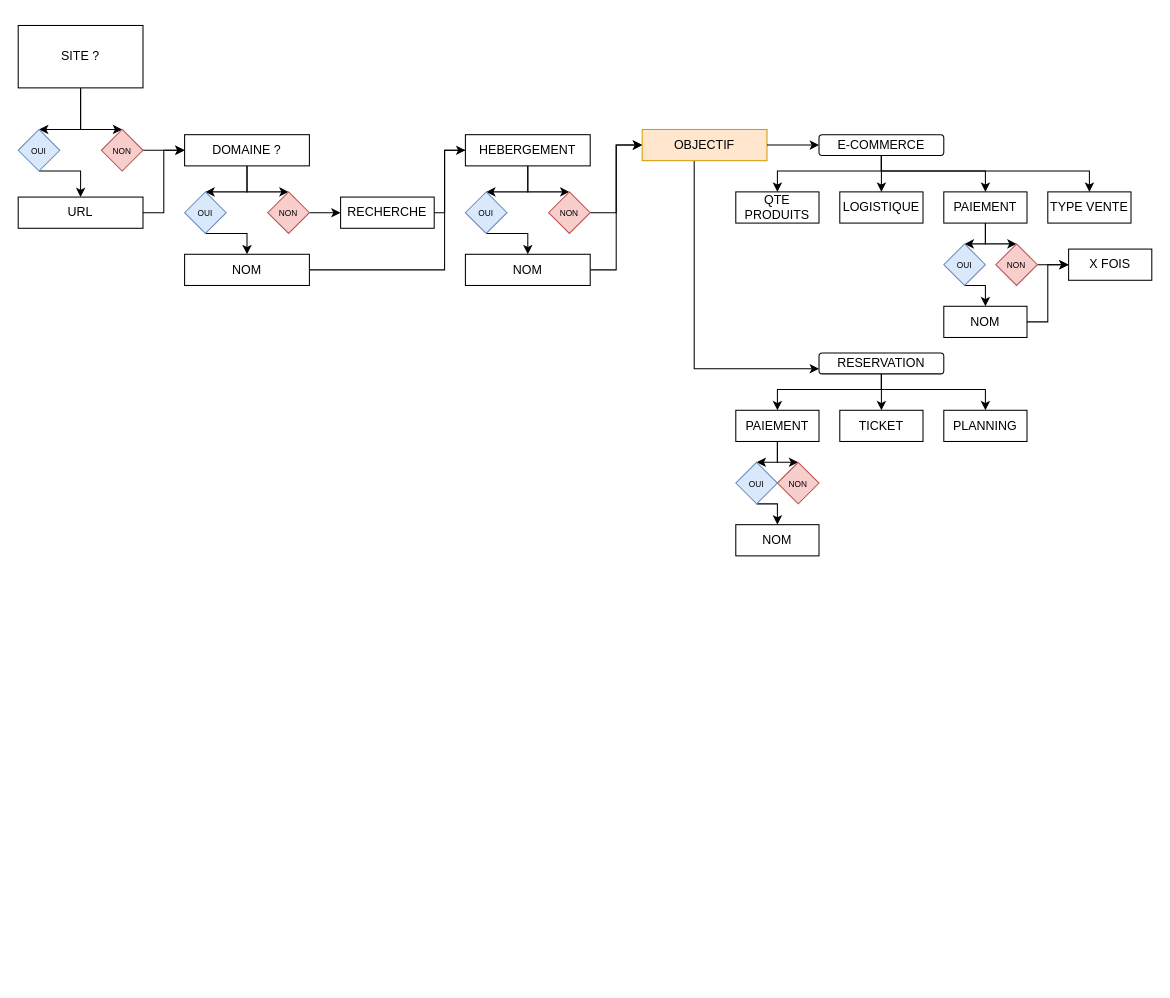
Earlier version of the draw.io diagram Webcharte.drawio (webcharte/webcharte). Source tidied: cells renumbered, new cells numbered last; positions are measured from the earlier drawing's top-left corner, leaving out a move shared by most shapes. Both pictures are drawn from the tidied source at 104%, with x=0, y=0 at pixel (18, 25).
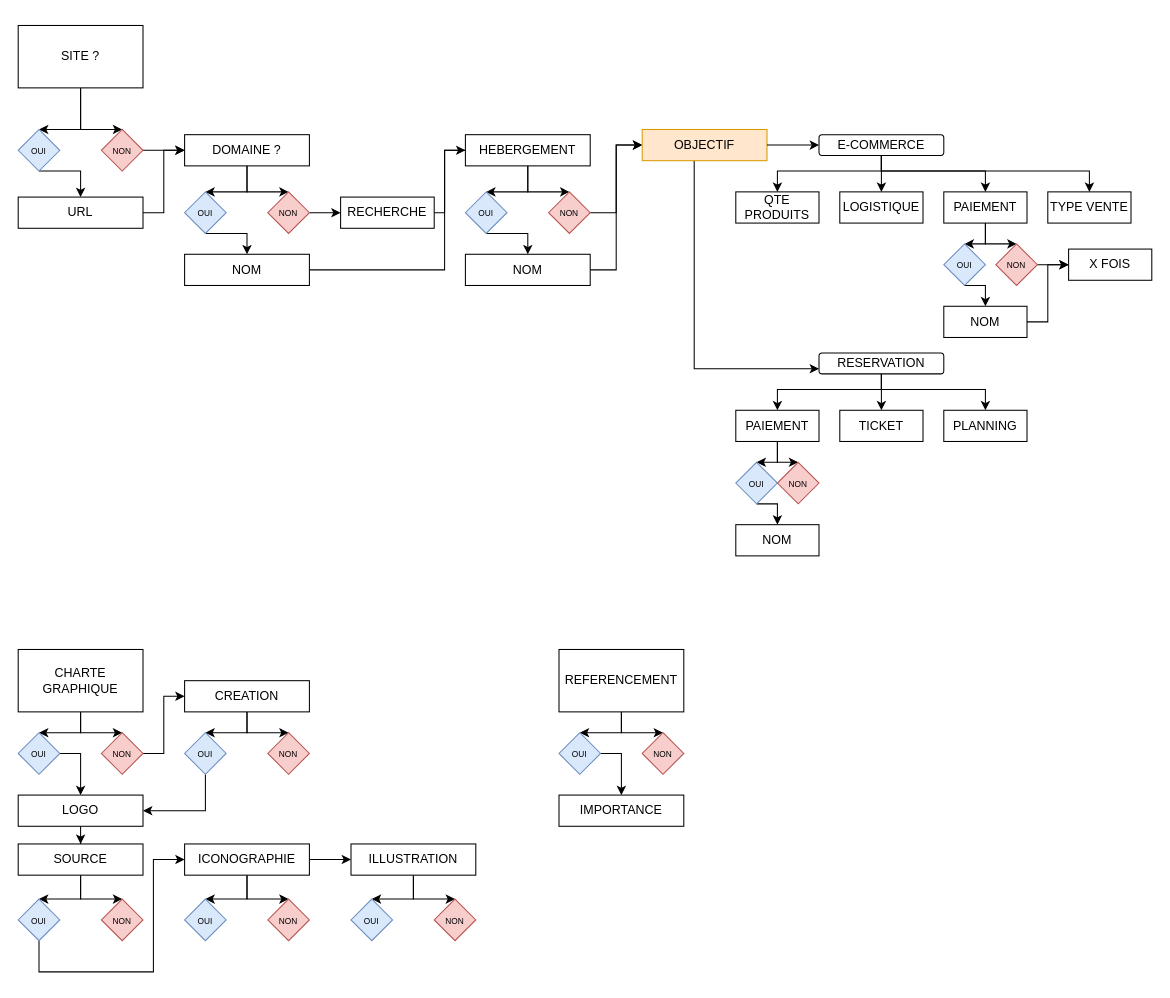
The same diagram, later.

Commit message:
Mettre à jour Webcharte.drawio

Diff of the diagram source:
```diff
@@
+    <mxCell id="65" style="edgeStyle=orthogonalEdgeStyle;rounded=0;jettySize=auto;html=1;" parent="1" edge="1" source="67" target="69">
+      <mxGeometry relative="1" as="geometry" />
+    </mxCell>
+    <mxCell id="66" style="edgeStyle=orthogonalEdgeStyle;rounded=0;jettySize=auto;html=1;" parent="1" edge="1" source="67" target="71">
+      <mxGeometry relative="1" as="geometry" />
+    </mxCell>
+    <mxCell id="67" value="CHARTE GRAPHIQUE" style="rounded=0;whiteSpace=wrap;html=1;direction=west;" parent="1" vertex="1">
+      <mxGeometry y="600" width="120" height="60" as="geometry" />
+    </mxCell>
+    <mxCell id="68" style="edgeStyle=orthogonalEdgeStyle;rounded=0;jettySize=auto;html=1;" parent="1" edge="1" source="69" target="73">
+      <mxGeometry relative="1" as="geometry">
+        <Array as="points">
+          <mxPoint x="60" y="730" />
+          <mxPoint x="60" y="730" />
+        </Array>
+      </mxGeometry>
+    </mxCell>
+    <mxCell id="69" value="&lt;font style=&quot;font-size: 8px&quot;&gt;OUI&lt;/font&gt;" style="rhombus;whiteSpace=wrap;html=1;fillColor=#dae8fc;strokeColor=#6c8ebf;" parent="1" vertex="1">
+      <mxGeometry y="680" width="40" height="40" as="geometry" />
+    </mxCell>
+    <mxCell id="70" style="edgeStyle=orthogonalEdgeStyle;rounded=0;jettySize=auto;html=1;entryX=0;entryY=0.5;entryDx=0;entryDy=0;" parent="1" edge="1" source="71" target="93">
+      <mxGeometry relative="1" as="geometry" />
+    </mxCell>
+    <mxCell id="71" value="&lt;font style=&quot;font-size: 8px&quot;&gt;NON&lt;/font&gt;" style="rhombus;whiteSpace=wrap;html=1;fillColor=#f8cecc;strokeColor=#b85450;" parent="1" vertex="1">
+      <mxGeometry x="80" y="680" width="40" height="40" as="geometry" />
+    </mxCell>
+    <mxCell id="72" style="edgeStyle=orthogonalEdgeStyle;rounded=0;jettySize=auto;html=1;entryX=0.5;entryY=0;entryDx=0;entryDy=0;" parent="1" edge="1" source="73" target="76">
+      <mxGeometry relative="1" as="geometry" />
+    </mxCell>
+    <mxCell id="73" value="LOGO" style="rounded=0;whiteSpace=wrap;html=1;" parent="1" vertex="1">
+      <mxGeometry y="740" width="120" height="30" as="geometry" />
+    </mxCell>
+    <mxCell id="74" style="edgeStyle=orthogonalEdgeStyle;rounded=0;jettySize=auto;html=1;entryX=0.5;entryY=0;entryDx=0;entryDy=0;" parent="1" edge="1" source="76" target="78">
+      <mxGeometry relative="1" as="geometry">
+        <Array as="points">
+          <mxPoint x="60" y="840" />
+        </Array>
+      </mxGeometry>
+    </mxCell>
+    <mxCell id="75" style="edgeStyle=orthogonalEdgeStyle;rounded=0;jettySize=auto;html=1;entryX=0.5;entryY=0;entryDx=0;entryDy=0;" parent="1" edge="1" source="76" target="79">
+      <mxGeometry relative="1" as="geometry">
+        <Array as="points">
+          <mxPoint x="60" y="840" />
+        </Array>
+      </mxGeometry>
+    </mxCell>
+    <mxCell id="76" value="SOURCE" style="rounded=0;whiteSpace=wrap;html=1;" parent="1" vertex="1">
+      <mxGeometry y="787" width="120" height="30" as="geometry" />
+    </mxCell>
+    <mxCell id="77" style="edgeStyle=orthogonalEdgeStyle;rounded=0;jettySize=auto;html=1;entryX=0;entryY=0.5;entryDx=0;entryDy=0;" parent="1" edge="1" source="78" target="83">
+      <mxGeometry relative="1" as="geometry">
+        <Array as="points">
+          <mxPoint x="20" y="910" />
+          <mxPoint x="130" y="910" />
+          <mxPoint x="130" y="802" />
+        </Array>
+      </mxGeometry>
+    </mxCell>
+    <mxCell id="78" value="&lt;font style=&quot;font-size: 8px&quot;&gt;OUI&lt;/font&gt;" style="rhombus;whiteSpace=wrap;html=1;fillColor=#dae8fc;strokeColor=#6c8ebf;" parent="1" vertex="1">
+      <mxGeometry y="840" width="40" height="40" as="geometry" />
+    </mxCell>
+    <mxCell id="79" value="&lt;font style=&quot;font-size: 8px&quot;&gt;NON&lt;/font&gt;" style="rhombus;whiteSpace=wrap;html=1;fillColor=#f8cecc;strokeColor=#b85450;" parent="1" vertex="1">
+      <mxGeometry x="80" y="840" width="40" height="40" as="geometry" />
+    </mxCell>
+    <mxCell id="80" style="edgeStyle=orthogonalEdgeStyle;rounded=0;jettySize=auto;html=1;entryX=0.5;entryY=0;entryDx=0;entryDy=0;" parent="1" edge="1" source="83" target="84">
+      <mxGeometry relative="1" as="geometry">
+        <Array as="points">
+          <mxPoint x="220" y="840" />
+        </Array>
+      </mxGeometry>
+    </mxCell>
+    <mxCell id="81" style="edgeStyle=orthogonalEdgeStyle;rounded=0;jettySize=auto;html=1;" parent="1" edge="1" source="83" target="85">
+      <mxGeometry relative="1" as="geometry">
+        <Array as="points">
+          <mxPoint x="220" y="840" />
+        </Array>
+      </mxGeometry>
+    </mxCell>
+    <mxCell id="82" style="edgeStyle=orthogonalEdgeStyle;rounded=0;jettySize=auto;html=1;" parent="1" edge="1" source="83" target="88">
+      <mxGeometry relative="1" as="geometry" />
+    </mxCell>
+    <mxCell id="83" value="ICONOGRAPHIE" style="rounded=0;whiteSpace=wrap;html=1;" parent="1" vertex="1">
+      <mxGeometry x="160" y="787" width="120" height="30" as="geometry" />
+    </mxCell>
+    <mxCell id="84" value="&lt;font style=&quot;font-size: 8px&quot;&gt;OUI&lt;/font&gt;" style="rhombus;whiteSpace=wrap;html=1;fillColor=#dae8fc;strokeColor=#6c8ebf;" parent="1" vertex="1">
+      <mxGeometry x="160" y="840" width="40" height="40" as="geometry" />
+    </mxCell>
+    <mxCell id="85" value="&lt;font style=&quot;font-size: 8px&quot;&gt;NON&lt;/font&gt;" style="rhombus;whiteSpace=wrap;html=1;fillColor=#f8cecc;strokeColor=#b85450;" parent="1" vertex="1">
+      <mxGeometry x="240" y="840" width="40" height="40" as="geometry" />
+    </mxCell>
+    <mxCell id="86" style="edgeStyle=orthogonalEdgeStyle;rounded=0;jettySize=auto;html=1;" parent="1" edge="1" source="88" target="89">
+      <mxGeometry relative="1" as="geometry">
+        <Array as="points">
+          <mxPoint x="380" y="840" />
+        </Array>
+      </mxGeometry>
+    </mxCell>
+    <mxCell id="87" style="edgeStyle=orthogonalEdgeStyle;rounded=0;jettySize=auto;html=1;" parent="1" edge="1" source="88" target="90">
+      <mxGeometry relative="1" as="geometry">
+        <Array as="points">
+          <mxPoint x="380" y="840" />
+        </Array>
+      </mxGeometry>
+    </mxCell>
+    <mxCell id="88" value="ILLUSTRATION" style="rounded=0;whiteSpace=wrap;html=1;" parent="1" vertex="1">
+      <mxGeometry x="320" y="787" width="120" height="30" as="geometry" />
+    </mxCell>
+    <mxCell id="89" value="&lt;font style=&quot;font-size: 8px&quot;&gt;OUI&lt;/font&gt;" style="rhombus;whiteSpace=wrap;html=1;fillColor=#dae8fc;strokeColor=#6c8ebf;" parent="1" vertex="1">
+      <mxGeometry x="320" y="840" width="40" height="40" as="geometry" />
+    </mxCell>
+    <mxCell id="90" value="&lt;font style=&quot;font-size: 8px&quot;&gt;NON&lt;/font&gt;" style="rhombus;whiteSpace=wrap;html=1;fillColor=#f8cecc;strokeColor=#b85450;" parent="1" vertex="1">
+      <mxGeometry x="400" y="840" width="40" height="40" as="geometry" />
+    </mxCell>
+    <mxCell id="91" style="edgeStyle=orthogonalEdgeStyle;rounded=0;jettySize=auto;html=1;" parent="1" edge="1" source="93" target="95">
+      <mxGeometry relative="1" as="geometry" />
+    </mxCell>
+    <mxCell id="92" style="edgeStyle=orthogonalEdgeStyle;rounded=0;jettySize=auto;html=1;" parent="1" edge="1" source="93" target="96">
+      <mxGeometry relative="1" as="geometry" />
+    </mxCell>
+    <mxCell id="93" value="CREATION" style="rounded=0;whiteSpace=wrap;html=1;" parent="1" vertex="1">
+      <mxGeometry x="160" y="630" width="120" height="30" as="geometry" />
+    </mxCell>
+    <mxCell id="94" style="edgeStyle=orthogonalEdgeStyle;rounded=0;jettySize=auto;html=1;entryX=1;entryY=0.5;entryDx=0;entryDy=0;" parent="1" edge="1" source="95" target="73">
+      <mxGeometry relative="1" as="geometry">
+        <Array as="points">
+          <mxPoint x="180" y="755" />
+        </Array>
+      </mxGeometry>
+    </mxCell>
+    <mxCell id="95" value="&lt;font style=&quot;font-size: 8px&quot;&gt;OUI&lt;/font&gt;" style="rhombus;whiteSpace=wrap;html=1;fillColor=#dae8fc;strokeColor=#6c8ebf;" parent="1" vertex="1">
+      <mxGeometry x="160" y="680" width="40" height="40" as="geometry" />
+    </mxCell>
+    <mxCell id="96" value="&lt;font style=&quot;font-size: 8px&quot;&gt;NON&lt;/font&gt;" style="rhombus;whiteSpace=wrap;html=1;fillColor=#f8cecc;strokeColor=#b85450;" parent="1" vertex="1">
+      <mxGeometry x="240" y="680" width="40" height="40" as="geometry" />
+    </mxCell>
+    <mxCell id="97" style="edgeStyle=orthogonalEdgeStyle;rounded=0;jettySize=auto;html=1;entryX=0.5;entryY=0;entryDx=0;entryDy=0;" parent="1" edge="1" source="99" target="101">
+      <mxGeometry relative="1" as="geometry" />
+    </mxCell>
+    <mxCell id="98" style="edgeStyle=orthogonalEdgeStyle;rounded=0;jettySize=auto;html=1;" parent="1" edge="1" source="99" target="102">
+      <mxGeometry relative="1" as="geometry" />
+    </mxCell>
+    <mxCell id="99" value="REFERENCEMENT" style="rounded=0;whiteSpace=wrap;html=1;direction=west;" parent="1" vertex="1">
+      <mxGeometry x="520" y="600" width="120" height="60" as="geometry" />
+    </mxCell>
+    <mxCell id="100" style="edgeStyle=orthogonalEdgeStyle;rounded=0;jettySize=auto;html=1;entryX=0.5;entryY=0;entryDx=0;entryDy=0;" parent="1" edge="1" source="101" target="103">
+      <mxGeometry relative="1" as="geometry">
+        <Array as="points">
+          <mxPoint x="580" y="700" />
+        </Array>
+      </mxGeometry>
+    </mxCell>
+    <mxCell id="101" value="&lt;font style=&quot;font-size: 8px&quot;&gt;OUI&lt;/font&gt;" style="rhombus;whiteSpace=wrap;html=1;fillColor=#dae8fc;strokeColor=#6c8ebf;" parent="1" vertex="1">
+      <mxGeometry x="520" y="680" width="40" height="40" as="geometry" />
+    </mxCell>
+    <mxCell id="102" value="&lt;font style=&quot;font-size: 8px&quot;&gt;NON&lt;/font&gt;" style="rhombus;whiteSpace=wrap;html=1;fillColor=#f8cecc;strokeColor=#b85450;" parent="1" vertex="1">
+      <mxGeometry x="600" y="680" width="40" height="40" as="geometry" />
+    </mxCell>
+    <mxCell id="103" value="IMPORTANCE" style="rounded=0;whiteSpace=wrap;html=1;" parent="1" vertex="1">
+      <mxGeometry x="520" y="740" width="120" height="30" as="geometry" />
+    </mxCell>
```
